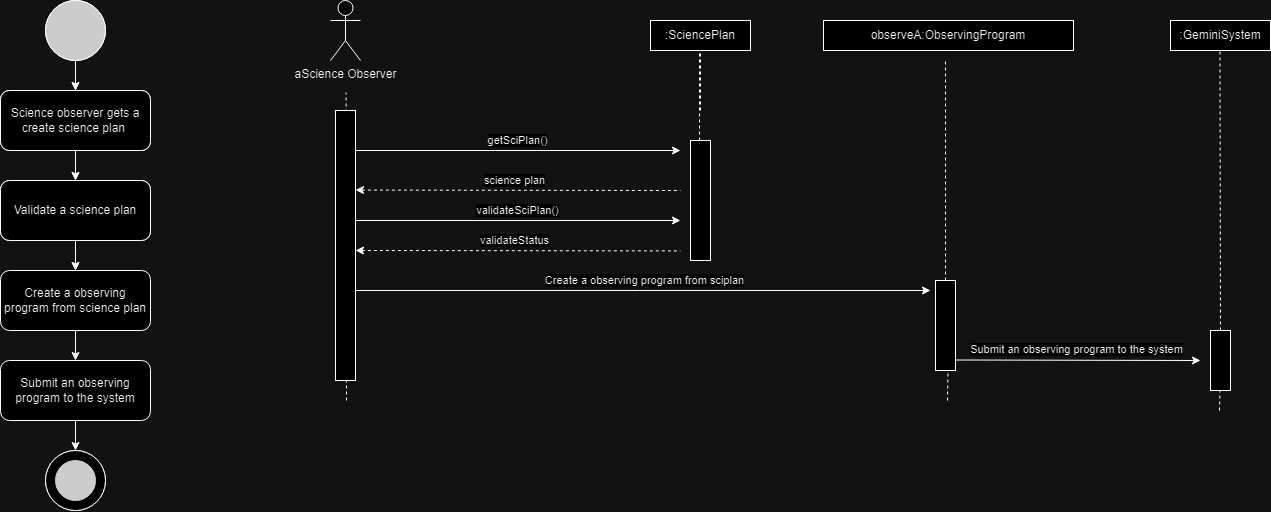
Earlier version of the draw.io export 2023-ITDS361-1/phase-1/image/USE-CASE3.png (ICT-Mahidol/Gemini-2023-DST). Source tidied: cells renumbered, new cells last; positions are measured from the earlier drawing's top-left corner, leaving out a move shared by most shapes.
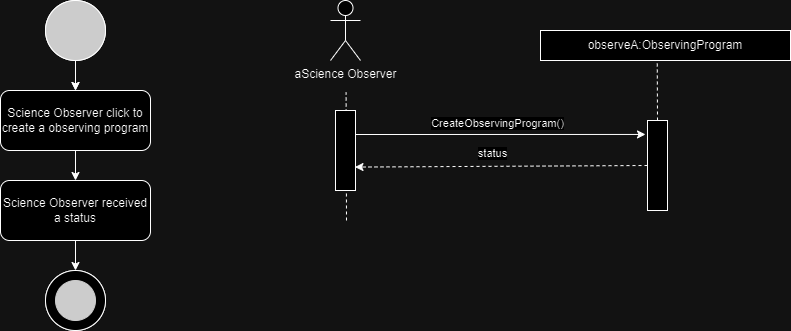
The same diagram one commit later.

Diff of the diagram source:
```diff
@@ -2,194 +2,86 @@
   <root>
     <mxCell id="0" />
     <mxCell id="1" parent="0" />
-    <mxCell id="2" value="Create a observing program from science plan" style="rounded=1;whiteSpace=wrap;html=1;" parent="1" vertex="1">
-      <mxGeometry y="270" width="150" height="60" as="geometry" />
+    <mxCell id="2" value="Science Observer click to create a observing program" style="rounded=1;whiteSpace=wrap;html=1;" parent="1" vertex="1">
+      <mxGeometry y="90" width="150" height="60" as="geometry" />
     </mxCell>
-    <mxCell id="3" value="Submit an observing program to the system&lt;span id=&quot;docs-internal-guid-32146588-7fff-464c-8460-13612f1e4837&quot;&gt;&lt;/span&gt;" style="rounded=1;whiteSpace=wrap;html=1;" parent="1" vertex="1">
-      <mxGeometry y="360" width="150" height="60" as="geometry" />
+    <mxCell id="3" value="Science Observer received a status&lt;span id=&quot;docs-internal-guid-32146588-7fff-464c-8460-13612f1e4837&quot;&gt;&lt;/span&gt;" style="rounded=1;whiteSpace=wrap;html=1;" parent="1" vertex="1">
+      <mxGeometry y="180" width="150" height="60" as="geometry" />
     </mxCell>
     <mxCell id="4" style="endArrow=classic;html=1;rounded=0;exitX=0.5;exitY=1;exitDx=0;exitDy=0;entryX=0.5;entryY=0;entryDx=0;entryDy=0;" parent="1" edge="1" source="2" target="3">
       <mxGeometry relative="1" as="geometry" />
     </mxCell>
     <mxCell id="5" style="endArrow=classic;html=1;rounded=0;exitX=0.5;exitY=1;exitDx=0;exitDy=0;" parent="1" edge="1" source="3">
       <mxGeometry relative="1" as="geometry">
-        <mxPoint x="75" y="450" as="targetPoint" />
+        <mxPoint x="75" y="270" as="targetPoint" />
       </mxGeometry>
     </mxCell>
     <mxCell id="6" style="ellipse;whiteSpace=wrap;html=1;fillColor=#333333;" parent="1" vertex="1">
       <mxGeometry x="45" width="60" height="60" as="geometry" />
     </mxCell>
     <mxCell id="7" style="ellipse;whiteSpace=wrap;html=1;" parent="1" vertex="1">
-      <mxGeometry x="45" y="450" width="60" height="60" as="geometry" />
+      <mxGeometry x="45" y="270" width="60" height="60" as="geometry" />
     </mxCell>
     <mxCell id="8" style="ellipse;whiteSpace=wrap;html=1;strokeColor=#333333;fillColor=#333333;" parent="1" vertex="1">
-      <mxGeometry x="55" y="460" width="40" height="40" as="geometry" />
+      <mxGeometry x="55" y="280" width="40" height="40" as="geometry" />
     </mxCell>
-    <mxCell id="9" value="Employees get data from new cars.&lt;span id=&quot;docs-internal-guid-32146588-7fff-464c-8460-13612f1e4837&quot;&gt;&lt;/span&gt;" style="rounded=1;whiteSpace=wrap;html=1;" parent="1" vertex="1">
-      <mxGeometry y="90" width="150" height="60" as="geometry" />
-    </mxCell>
-    <mxCell id="10" value="Employees insert new car data into the database.&lt;span id=&quot;docs-internal-guid-32146588-7fff-464c-8460-13612f1e4837&quot;&gt;&lt;/span&gt;" style="rounded=1;whiteSpace=wrap;html=1;" parent="1" vertex="1">
-      <mxGeometry y="180" width="150" height="60" as="geometry" />
-    </mxCell>
-    <mxCell id="11" style="endArrow=classic;html=1;rounded=0;exitX=0.5;exitY=1;exitDx=0;exitDy=0;entryX=0.5;entryY=0;entryDx=0;entryDy=0;" parent="1" edge="1" source="6" target="9">
-      <mxGeometry relative="1" as="geometry" />
+    <mxCell id="11" style="endArrow=classic;html=1;rounded=0;exitX=0.5;exitY=1;exitDx=0;exitDy=0;entryX=0.5;entryY=0;entryDx=0;entryDy=0;" parent="1" edge="1" source="6">
+      <mxGeometry relative="1" as="geometry">
+        <mxPoint x="75" y="90" as="targetPoint" />
+      </mxGeometry>
     </mxCell>
-    <mxCell id="12" style="endArrow=classic;html=1;rounded=0;exitX=0.5;exitY=1;exitDx=0;exitDy=0;entryX=0.5;entryY=0;entryDx=0;entryDy=0;" parent="1" edge="1" source="9" target="10">
-      <mxGeometry relative="1" as="geometry" />
-    </mxCell>
-    <mxCell id="13" style="endArrow=classic;html=1;rounded=0;exitX=0.5;exitY=1;exitDx=0;exitDy=0;" parent="1" edge="1" source="10">
-      <mxGeometry relative="1" as="geometry">
-        <mxPoint x="75" y="270" as="targetPoint" />
-      </mxGeometry>
-    </mxCell>
     <mxCell id="14" style="ellipse;whiteSpace=wrap;html=1;fillColor=#333333;" parent="1" vertex="1">
       <mxGeometry x="45" width="60" height="60" as="geometry" />
     </mxCell>
     <mxCell id="15" style="ellipse;whiteSpace=wrap;html=1;" parent="1" vertex="1">
-      <mxGeometry x="45" y="450" width="60" height="60" as="geometry" />
+      <mxGeometry x="45" y="270" width="60" height="60" as="geometry" />
     </mxCell>
     <mxCell id="16" style="ellipse;whiteSpace=wrap;html=1;strokeColor=#333333;fillColor=#333333;" parent="1" vertex="1">
-      <mxGeometry x="55" y="460" width="40" height="40" as="geometry" />
+      <mxGeometry x="55" y="280" width="40" height="40" as="geometry" />
     </mxCell>
-    <mxCell id="17" value="Science observer gets a create science plan&amp;nbsp;" style="rounded=1;whiteSpace=wrap;html=1;" parent="1" vertex="1">
-      <mxGeometry y="90" width="150" height="60" as="geometry" />
-    </mxCell>
-    <mxCell id="18" value="Validate a science plan" style="rounded=1;whiteSpace=wrap;html=1;" parent="1" vertex="1">
-      <mxGeometry y="180" width="150" height="60" as="geometry" />
-    </mxCell>
-    <mxCell id="19" style="endArrow=classic;html=1;rounded=0;exitX=0.5;exitY=1;exitDx=0;exitDy=0;entryX=0.5;entryY=0;entryDx=0;entryDy=0;" parent="1" edge="1" source="14" target="17">
-      <mxGeometry relative="1" as="geometry" />
+    <mxCell id="19" style="endArrow=classic;html=1;rounded=0;exitX=0.5;exitY=1;exitDx=0;exitDy=0;entryX=0.5;entryY=0;entryDx=0;entryDy=0;" parent="1" edge="1" source="14">
+      <mxGeometry relative="1" as="geometry">
+        <mxPoint x="75" y="90" as="targetPoint" />
+      </mxGeometry>
     </mxCell>
-    <mxCell id="20" style="endArrow=classic;html=1;rounded=0;exitX=0.5;exitY=1;exitDx=0;exitDy=0;entryX=0.5;entryY=0;entryDx=0;entryDy=0;" parent="1" edge="1" source="17" target="18">
-      <mxGeometry relative="1" as="geometry" />
-    </mxCell>
-    <mxCell id="21" style="endArrow=classic;html=1;rounded=0;exitX=0.5;exitY=1;exitDx=0;exitDy=0;" parent="1" edge="1" source="18">
-      <mxGeometry relative="1" as="geometry">
-        <mxPoint x="75" y="270" as="targetPoint" />
-      </mxGeometry>
-    </mxCell>
     <mxCell id="22" value="aScience Observer" style="shape=umlActor;verticalLabelPosition=bottom;verticalAlign=top;html=1;" parent="1" vertex="1">
       <mxGeometry x="330" width="30" height="60" as="geometry" />
     </mxCell>
     <mxCell id="23" style="rounded=0;whiteSpace=wrap;html=1;" parent="1" vertex="1">
-      <mxGeometry x="935" y="280" width="20" height="90" as="geometry" />
+      <mxGeometry x="647" y="120" width="20" height="90" as="geometry" />
     </mxCell>
-    <mxCell id="24" style="endArrow=classic;html=1;rounded=0;" parent="1" edge="1">
-      <mxGeometry relative="1" as="geometry">
-        <mxPoint x="355" y="150" as="sourcePoint" />
-        <mxPoint x="680" y="150" as="targetPoint" />
-      </mxGeometry>
-    </mxCell>
-    <mxCell id="25" value="getSciPlan()" style="edgeLabel;html=1;align=center;verticalAlign=middle;" parent="24" vertex="1">
-      <mxGeometry x="0.02" y="-1" relative="1" as="geometry">
-        <mxPoint x="-5" y="-12" as="offset" />
-      </mxGeometry>
-    </mxCell>
-    <mxCell id="26" value="science plan" style="endArrow=none;dashed=1;html=1;rounded=0;exitX=1.062;exitY=0.342;exitDx=0;exitDy=0;startArrow=classic;startFill=1;exitPerimeter=0;" parent="1" edge="1">
-      <mxGeometry x="-0.02" y="10" relative="1" as="geometry">
-        <mxPoint x="355" y="189.6" as="sourcePoint" />
-        <mxPoint x="680" y="190" as="targetPoint" />
-      </mxGeometry>
-    </mxCell>
-    <mxCell id="27" style="endArrow=classic;html=1;rounded=0;" parent="1" edge="1">
-      <mxGeometry relative="1" as="geometry">
-        <mxPoint x="955" y="359.5" as="sourcePoint" />
-        <mxPoint x="1200" y="360" as="targetPoint" />
-      </mxGeometry>
+    <mxCell id="27" style="endArrow=classic;html=1;rounded=0;exitX=0;exitY=0.5;exitDx=0;exitDy=0;entryX=0.974;entryY=0.707;entryDx=0;entryDy=0;entryPerimeter=0;dashed=1;" parent="1" edge="1" source="23" target="47">
+      <mxGeometry relative="1" as="geometry" />
     </mxCell>
-    <mxCell id="28" value="Submit an observing program to the system" style="edgeLabel;html=1;align=center;verticalAlign=middle;" parent="27" vertex="1">
+    <mxCell id="28" value="status" style="edgeLabel;html=1;align=center;verticalAlign=middle;" parent="27" vertex="1">
       <mxGeometry x="0.02" y="-1" relative="1" as="geometry">
         <mxPoint x="-5" y="-12" as="offset" />
       </mxGeometry>
     </mxCell>
-    <mxCell id="29" value=":SciencePlan" style="rounded=0;whiteSpace=wrap;html=1;" parent="1" vertex="1">
-      <mxGeometry x="830" y="20" width="100" height="30" as="geometry" />
-    </mxCell>
-    <mxCell id="30" value=":SciencePlan" style="rounded=0;whiteSpace=wrap;html=1;" parent="1" vertex="1">
-      <mxGeometry x="650" y="20" width="100" height="30" as="geometry" />
-    </mxCell>
     <mxCell id="31" value="observeA:ObservingProgram" style="rounded=0;whiteSpace=wrap;html=1;" parent="1" vertex="1">
-      <mxGeometry x="823" y="20" width="250" height="30" as="geometry" />
+      <mxGeometry x="540" y="30" width="250" height="30" as="geometry" />
     </mxCell>
-    <mxCell id="32" style="endArrow=none;dashed=1;html=1;rounded=0;entryX=0.5;entryY=1;entryDx=0;entryDy=0;exitX=0.5;exitY=0;exitDx=0;exitDy=0;" parent="1" edge="1">
-      <mxGeometry relative="1" as="geometry">
-        <mxPoint x="700" y="110" as="sourcePoint" />
-        <mxPoint x="700" y="50" as="targetPoint" />
-      </mxGeometry>
-    </mxCell>
-    <mxCell id="33" style="endArrow=classic;html=1;rounded=0;" parent="1" edge="1">
-      <mxGeometry relative="1" as="geometry">
-        <mxPoint x="355" y="220" as="sourcePoint" />
-        <mxPoint x="680" y="220" as="targetPoint" />
-      </mxGeometry>
-    </mxCell>
-    <mxCell id="34" value="validateSciPlan()" style="edgeLabel;html=1;align=center;verticalAlign=middle;" parent="33" vertex="1">
-      <mxGeometry x="0.02" y="-1" relative="1" as="geometry">
-        <mxPoint x="-5" y="-12" as="offset" />
-      </mxGeometry>
-    </mxCell>
-    <mxCell id="35" value="validateStatus" style="endArrow=none;dashed=1;html=1;rounded=0;exitX=1.062;exitY=0.342;exitDx=0;exitDy=0;startArrow=classic;startFill=1;exitPerimeter=0;" parent="1" edge="1">
-      <mxGeometry x="-0.02" y="10" relative="1" as="geometry">
-        <mxPoint x="355" y="250" as="sourcePoint" />
-        <mxPoint x="680" y="250.4" as="targetPoint" />
-      </mxGeometry>
-    </mxCell>
-    <mxCell id="36" style="endArrow=classic;html=1;rounded=0;" parent="1" edge="1">
+    <mxCell id="36" style="endArrow=classic;html=1;rounded=0;entryX=-0.1;entryY=0.155;entryDx=0;entryDy=0;entryPerimeter=0;" parent="1" edge="1" target="23">
       <mxGeometry relative="1" as="geometry">
-        <mxPoint x="355" y="290" as="sourcePoint" />
-        <mxPoint x="930" y="290" as="targetPoint" />
+        <mxPoint x="350" y="134" as="sourcePoint" />
       </mxGeometry>
     </mxCell>
-    <mxCell id="37" value="Create a observing program from sciplan" style="edgeLabel;html=1;align=center;verticalAlign=middle;" parent="36" vertex="1">
+    <mxCell id="37" value="CreateObservingProgram()" style="edgeLabel;html=1;align=center;verticalAlign=middle;" parent="36" vertex="1">
       <mxGeometry x="0.02" y="-1" relative="1" as="geometry">
         <mxPoint x="-5" y="-12" as="offset" />
       </mxGeometry>
     </mxCell>
-    <mxCell id="38" value=":GeminiSystem" style="rounded=0;whiteSpace=wrap;html=1;" parent="1" vertex="1">
-      <mxGeometry x="1170" y="20" width="100" height="30" as="geometry" />
-    </mxCell>
-    <mxCell id="39" style="endArrow=none;dashed=1;html=1;rounded=0;exitX=0.5;exitY=0;exitDx=0;exitDy=0;" parent="1" edge="1" source="23">
-      <mxGeometry relative="1" as="geometry">
-        <mxPoint x="945" y="60" as="targetPoint" />
-      </mxGeometry>
+    <mxCell id="39" style="endArrow=none;dashed=1;html=1;rounded=0;exitX=0.5;exitY=0;exitDx=0;exitDy=0;entryX=0.467;entryY=1.048;entryDx=0;entryDy=0;entryPerimeter=0;" parent="1" edge="1" source="23" target="31">
+      <mxGeometry relative="1" as="geometry" />
     </mxCell>
-    <mxCell id="40" style="rounded=0;whiteSpace=wrap;html=1;" parent="1" vertex="1">
-      <mxGeometry x="690" y="140" width="20" height="120" as="geometry" />
-    </mxCell>
-    <mxCell id="41" style="rounded=0;whiteSpace=wrap;html=1;" parent="1" vertex="1">
-      <mxGeometry x="1210" y="330" width="20" height="60" as="geometry" />
-    </mxCell>
-    <mxCell id="42" style="endArrow=none;dashed=1;html=1;rounded=0;entryX=0.5;entryY=1;entryDx=0;entryDy=0;exitX=0.5;exitY=0;exitDx=0;exitDy=0;" parent="1" edge="1" source="41">
-      <mxGeometry relative="1" as="geometry">
-        <mxPoint x="1219.5" y="50" as="targetPoint" />
-      </mxGeometry>
-    </mxCell>
-    <mxCell id="43" style="endArrow=none;dashed=1;html=1;rounded=0;" parent="1" edge="1">
-      <mxGeometry relative="1" as="geometry">
-        <mxPoint x="699" y="140" as="sourcePoint" />
-        <mxPoint x="699" y="50" as="targetPoint" />
-      </mxGeometry>
-    </mxCell>
-    <mxCell id="44" style="endArrow=none;dashed=1;html=1;rounded=0;" parent="1" edge="1">
-      <mxGeometry relative="1" as="geometry">
-        <mxPoint x="947" y="400" as="sourcePoint" />
-        <mxPoint x="947.5" y="370" as="targetPoint" />
-      </mxGeometry>
-    </mxCell>
-    <mxCell id="45" style="endArrow=none;dashed=1;html=1;rounded=0;" parent="1" edge="1">
-      <mxGeometry relative="1" as="geometry">
-        <mxPoint x="1219" y="410" as="sourcePoint" />
-        <mxPoint x="1219.5" y="390" as="targetPoint" />
-      </mxGeometry>
-    </mxCell>
     <mxCell id="46" style="endArrow=none;dashed=1;html=1;rounded=0;" parent="1" edge="1">
       <mxGeometry relative="1" as="geometry">
-        <mxPoint x="346" y="400" as="sourcePoint" />
+        <mxPoint x="346" y="220" as="sourcePoint" />
         <mxPoint x="345.6" y="92" as="targetPoint" />
       </mxGeometry>
     </mxCell>
     <mxCell id="47" style="rounded=0;whiteSpace=wrap;html=1;" parent="1" vertex="1">
-      <mxGeometry x="335" y="110" width="20" height="270" as="geometry" />
+      <mxGeometry x="335" y="110" width="20" height="80" as="geometry" />
     </mxCell>
   </root>
 </mxGraphModel>
```
